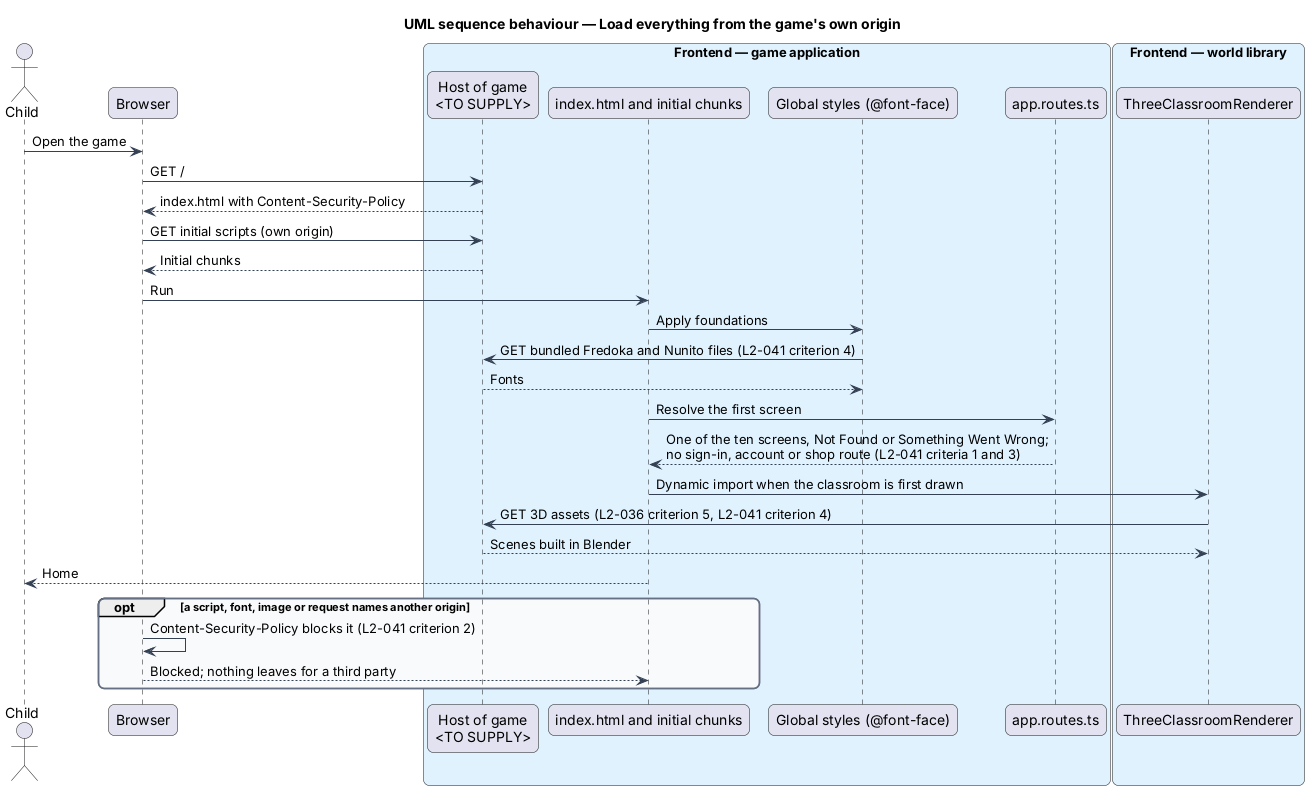
This is docs/detailed-designs/platform/keep-children-safe/diagrams/sequence-load-from-own-origin.png from QuinntyneBrown/around-the-world, a PlantUML export, as it was before one commit. Its source is kept beside it as docs/detailed-designs/platform/keep-children-safe/diagrams/sequence-load-from-own-origin.puml.
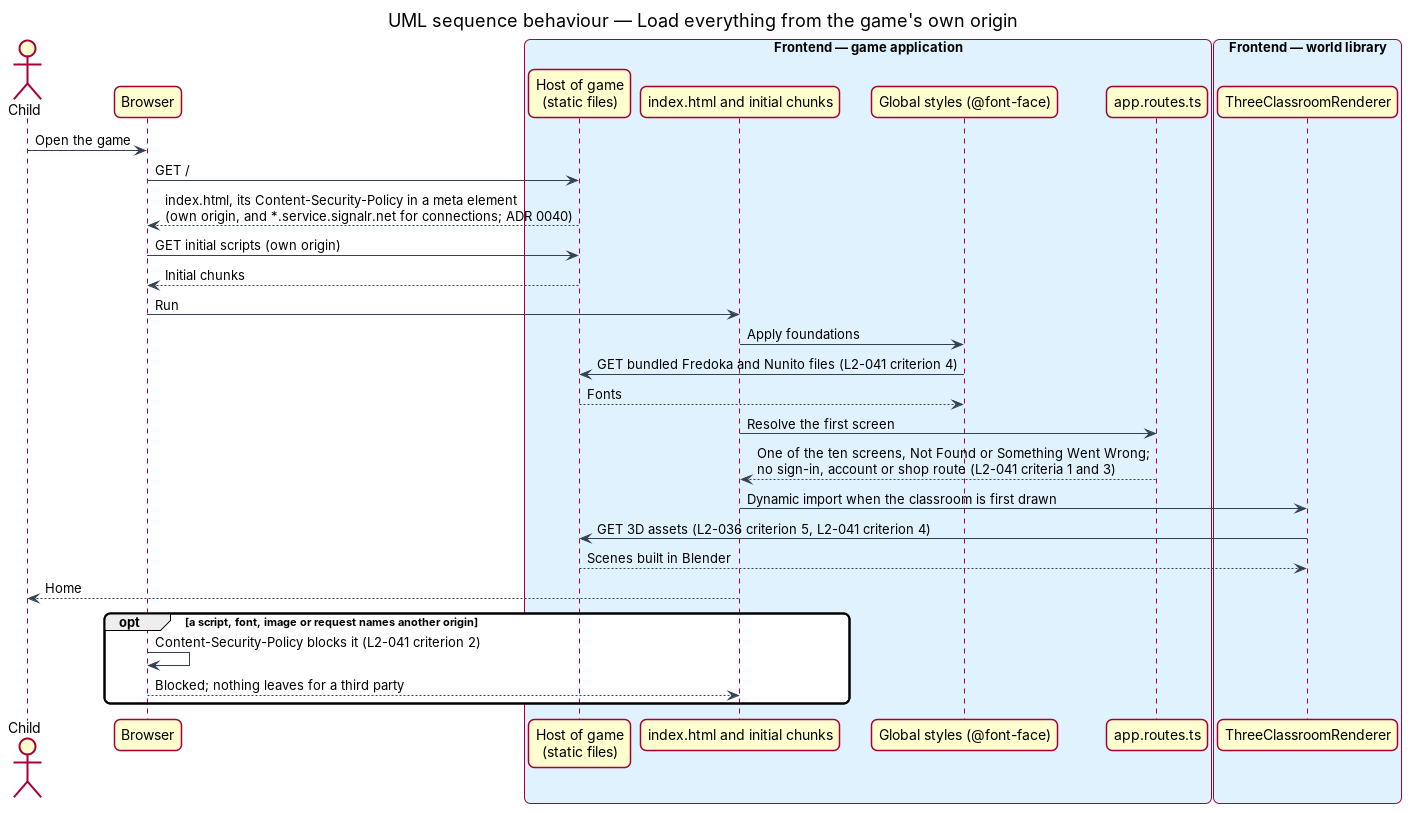
Later version of the same file.

Commit message:
Keep children safe: the policy, the nickname that cannot be built, the audits (ADR 0040)

What changed in the source:
```diff
@@ -17,7 +17,7 @@
 actor "Child" as actor
 participant "Browser" as browser
 box "Frontend — game application" #E0F2FE
-  participant "Host of game\n<TO SUPPLY>" as host
+  participant "Host of game\n(static files)" as host
   participant "index.html and initial chunks" as shell
   participant "Global styles (@font-face)" as styles
   participant "app.routes.ts" as routes
@@ -27,7 +27,7 @@
 end box
 actor -> browser : Open the game
 browser -> host : GET /
-host --> browser : index.html with Content-Security-Policy
+host --> browser : index.html, its Content-Security-Policy in a meta element\n(own origin, and *.service.signalr.net for connections; ADR 0040)
 browser -> host : GET initial scripts (own origin)
 host --> browser : Initial chunks
 browser -> shell : Run
```
